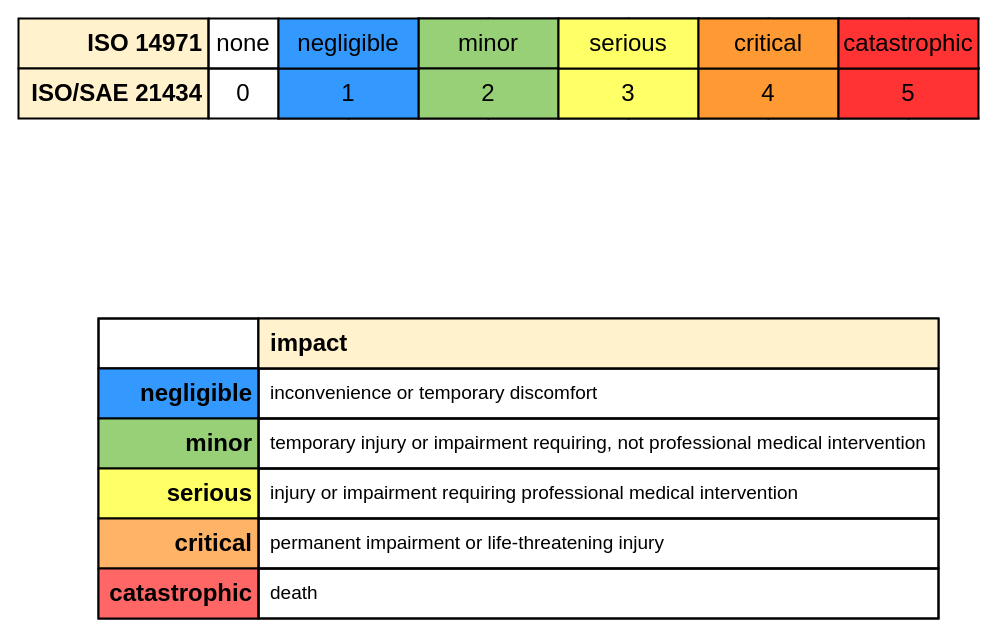
Above: page "14971" (2 of 5) of source/reference_documents/tertiary_documents/foundation/threat prioritization/candidate risking/images/source/impact quantization.drawio in AVCDL/AVCDL (draw.io), before the change. Source tidied: cells renumbered, new cells numbered last; positions are measured from the earlier drawing's top-left corner, leaving out a move shared by most shapes. Both pictures are drawn from the tidied source at 100%, with x=0, y=0 at pixel (18, 18).
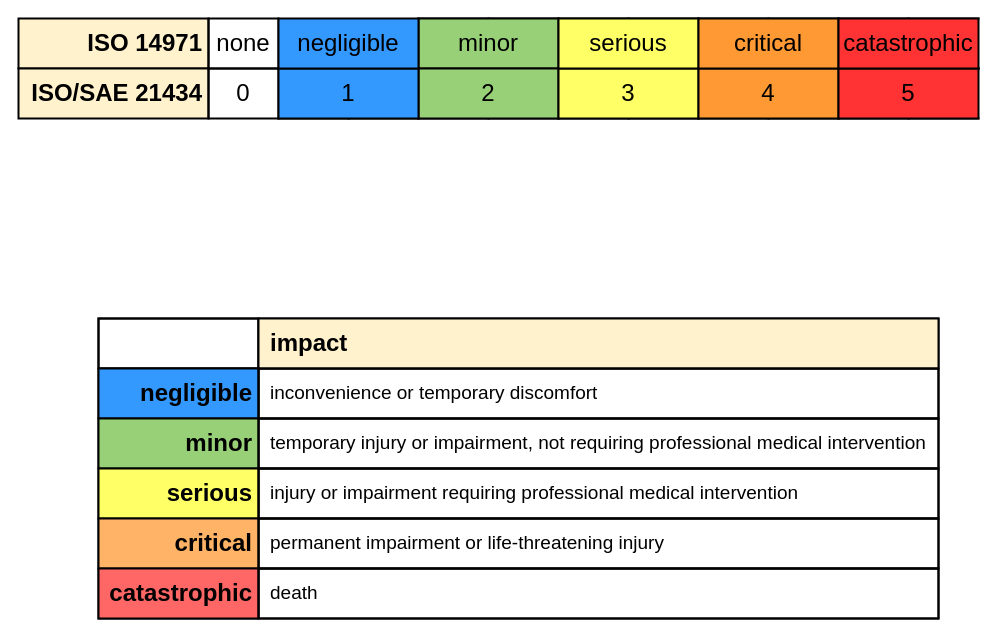
The same page after the edit.

Unchanged cells that the change refers to:
```xml
<mxCell id="45" style="shape=partialRectangle;html=1;whiteSpace=wrap;fillColor=none;top=0;left=0;bottom=0;right=0;" parent="38" vertex="1">
  <mxGeometry y="100" width="840" height="50" as="geometry" />
</mxCell>
```

Diff of the diagram source:
```diff
@@
-    <mxCell id="47" value="temporary injury or impairment requiring, &lt;span style=&quot;color: light-dark(rgb(0, 0, 0), rgb(255, 255, 255)); background-color: transparent;&quot;&gt;not professional medical intervention&lt;/span&gt;" style="shape=partialRectangle;html=1;whiteSpace=wrap;overflow=hidden;fillColor=none;top=1;left=1;bottom=1;right=1;fontSize=19;strokeWidth=2;perimeterSpacing=2;strokeColor=inherit;align=left;spacingLeft=10;" parent="45" vertex="1">
+    <mxCell id="47" value="temporary injury or impairment, not requiring&lt;span style=&quot;color: light-dark(rgb(0, 0, 0), rgb(255, 255, 255)); background-color: transparent;&quot;&gt;&amp;nbsp;professional medical intervention&lt;/span&gt;" style="shape=partialRectangle;html=1;whiteSpace=wrap;overflow=hidden;fillColor=none;top=1;left=1;bottom=1;right=1;fontSize=19;strokeWidth=2;perimeterSpacing=2;strokeColor=inherit;align=left;spacingLeft=10;" parent="45" vertex="1">
       <mxGeometry x="160" width="680" height="50" as="geometry" />
     </mxCell>
```
